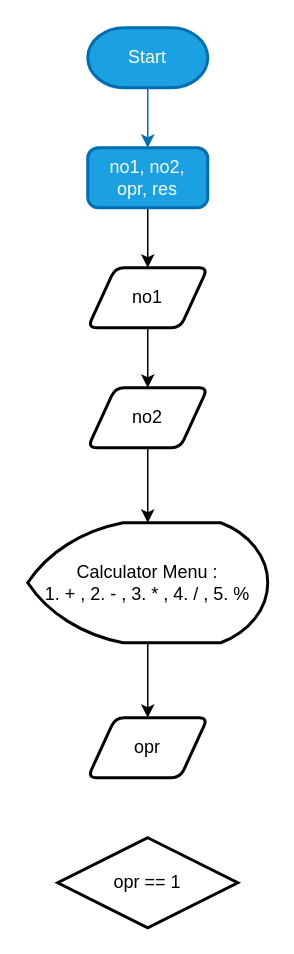
Earlier version of the draw.io diagram page "Page-2" (2 of 2) of assign01.drawio (ProfDetermined/uni-works). Source tidied: cells renumbered, new cells numbered last; positions are measured from the earlier drawing's top-left corner, leaving out a move shared by most shapes. Both pictures are drawn from the tidied source at 150%, with x=0, y=0 at pixel (27, 27).
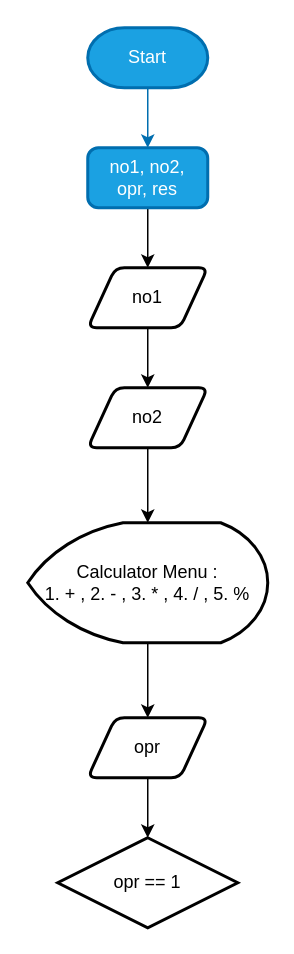
The same page after the edit.

Diff of the diagram source:
```diff
@@
 <mxGraphModel>
   <root>
     <mxCell id="0" />
     <mxCell id="1" parent="0" />
     <mxCell id="2" style="edgeStyle=orthogonalEdgeStyle;rounded=0;jettySize=auto;html=1;fillColor=#1ba1e2;strokeColor=#006EAF;" parent="1" edge="1" source="3" target="5">
       <mxGeometry relative="1" as="geometry" />
     </mxCell>
     <mxCell id="3" value="Start" style="strokeWidth=2;html=1;shape=mxgraph.flowchart.terminator;whiteSpace=wrap;fillColor=#1ba1e2;strokeColor=#006EAF;fontColor=#ffffff;" parent="1" vertex="1">
       <mxGeometry x="40" width="80" height="40" as="geometry" />
     </mxCell>
     <mxCell id="4" style="edgeStyle=orthogonalEdgeStyle;rounded=0;jettySize=auto;html=1;" parent="1" edge="1" source="5" target="7">
       <mxGeometry relative="1" as="geometry" />
     </mxCell>
     <mxCell id="5" value="no1, no2,&lt;br&gt;opr, res" style="rounded=1;whiteSpace=wrap;html=1;absoluteArcSize=1;arcSize=14;strokeWidth=2;fillColor=#1ba1e2;strokeColor=#006EAF;fontColor=#ffffff;" parent="1" vertex="1">
       <mxGeometry x="40" y="80" width="80" height="40" as="geometry" />
     </mxCell>
     <mxCell id="6" style="edgeStyle=orthogonalEdgeStyle;rounded=0;jettySize=auto;html=1;" parent="1" edge="1" source="7" target="9">
       <mxGeometry relative="1" as="geometry" />
     </mxCell>
     <mxCell id="7" value="no1" style="shape=parallelogram;html=1;strokeWidth=2;perimeter=parallelogramPerimeter;whiteSpace=wrap;rounded=1;arcSize=12;size=0.23;" parent="1" vertex="1">
       <mxGeometry x="40" y="160" width="80" height="40" as="geometry" />
     </mxCell>
     <mxCell id="8" style="edgeStyle=orthogonalEdgeStyle;rounded=0;jettySize=auto;html=1;" parent="1" edge="1" source="9" target="11">
       <mxGeometry relative="1" as="geometry" />
     </mxCell>
     <mxCell id="9" value="no2" style="shape=parallelogram;html=1;strokeWidth=2;perimeter=parallelogramPerimeter;whiteSpace=wrap;rounded=1;arcSize=12;size=0.23;" parent="1" vertex="1">
       <mxGeometry x="40" y="240" width="80" height="40" as="geometry" />
     </mxCell>
     <mxCell id="10" style="edgeStyle=orthogonalEdgeStyle;rounded=0;jettySize=auto;html=1;" parent="1" edge="1" source="11" target="12">
       <mxGeometry relative="1" as="geometry" />
     </mxCell>
     <mxCell id="11" value="Calculator Menu :&lt;br&gt;1. + , 2. - , 3. * , 4. / , 5. %" style="strokeWidth=2;html=1;shape=mxgraph.flowchart.display;whiteSpace=wrap;direction=east;" parent="1" vertex="1">
       <mxGeometry y="330" width="160" height="80" as="geometry" />
     </mxCell>
+    <mxCell id="14" style="edgeStyle=orthogonalEdgeStyle;rounded=0;jettySize=auto;html=1;" parent="1" edge="1" source="12" target="13">
+      <mxGeometry relative="1" as="geometry" />
+    </mxCell>
     <mxCell id="12" value="opr" style="shape=parallelogram;html=1;strokeWidth=2;perimeter=parallelogramPerimeter;whiteSpace=wrap;rounded=1;arcSize=12;size=0.23;" parent="1" vertex="1">
       <mxGeometry x="40" y="460" width="80" height="40" as="geometry" />
     </mxCell>
     <mxCell id="13" value="opr == 1" style="strokeWidth=2;html=1;shape=mxgraph.flowchart.decision;whiteSpace=wrap;" parent="1" vertex="1">
       <mxGeometry x="20" y="540" width="120" height="60" as="geometry" />
     </mxCell>
   </root>
 </mxGraphModel>
```
